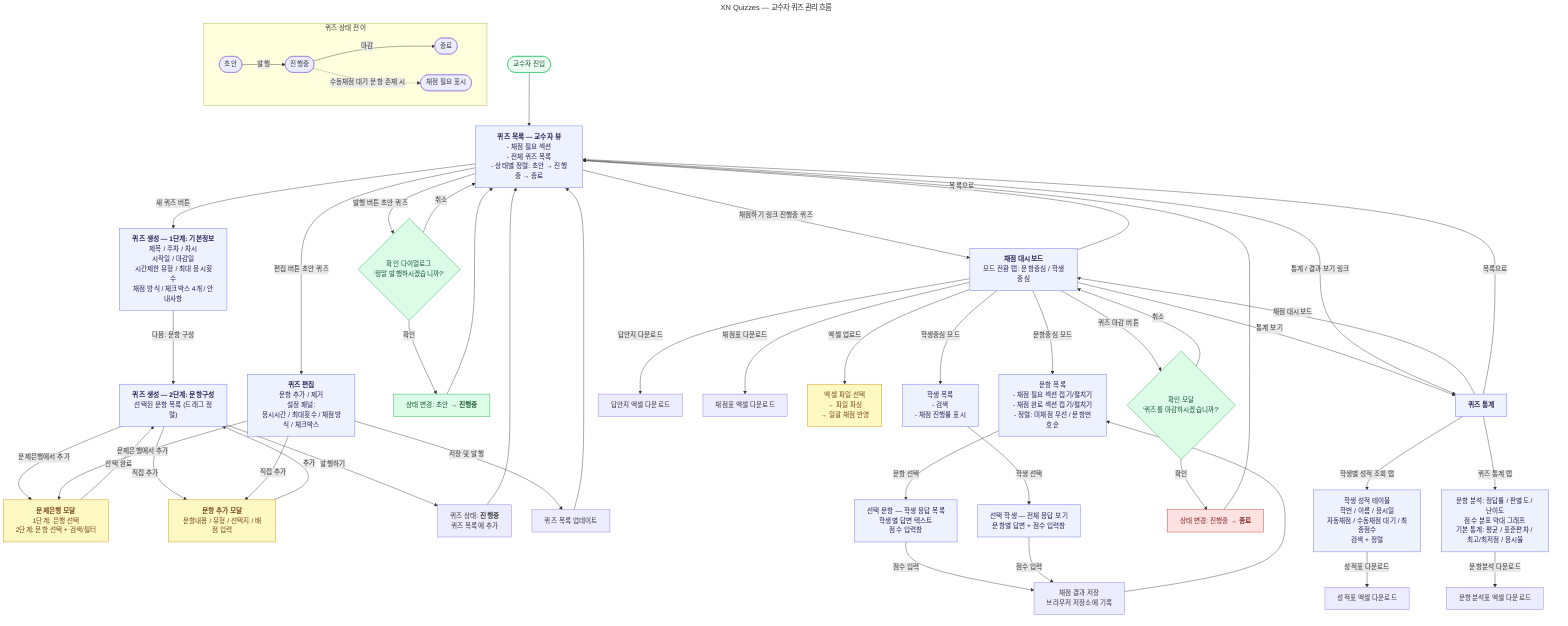
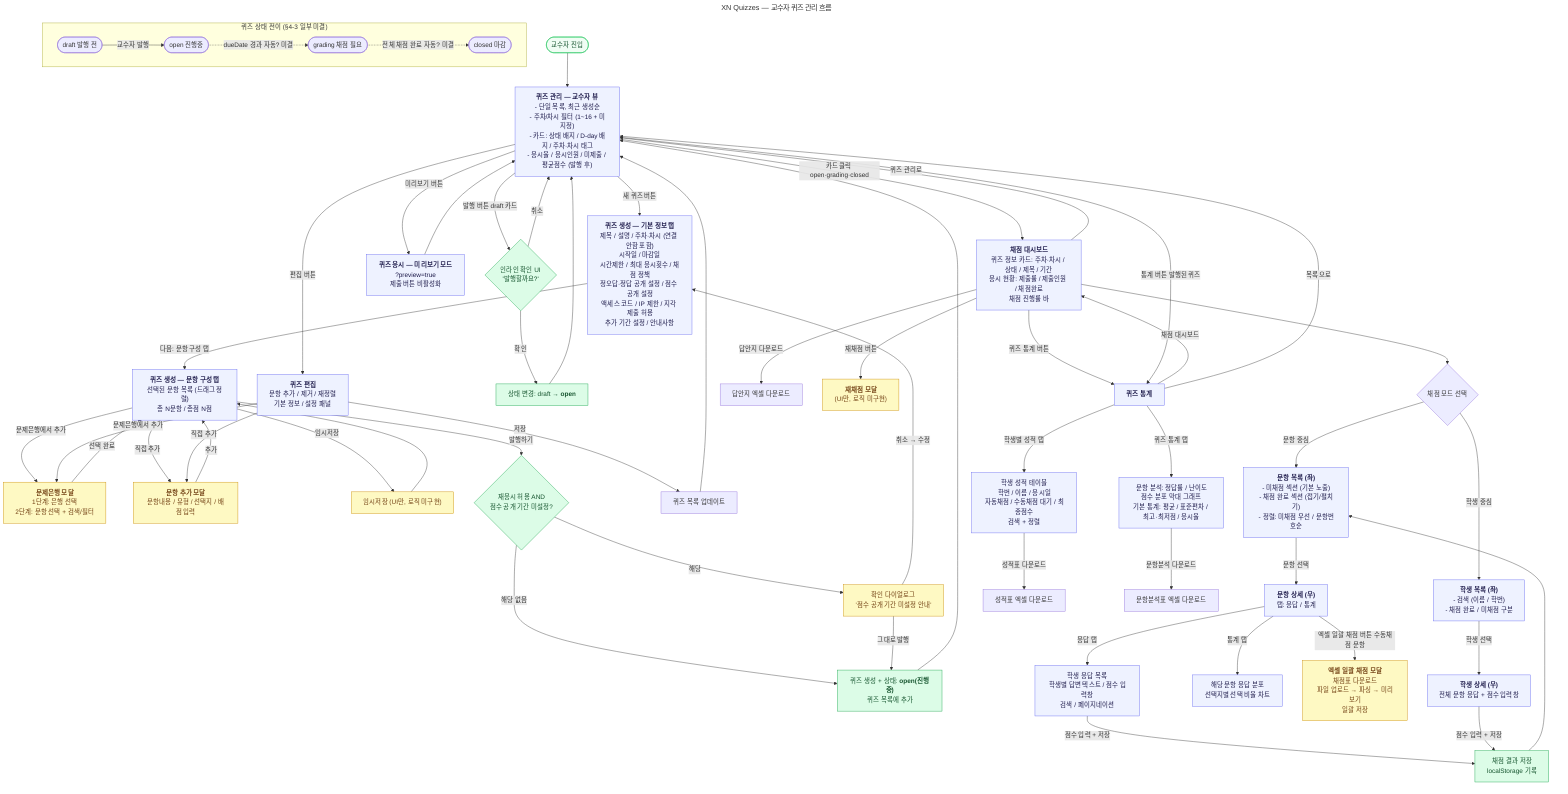
---
title: XN Quizzes — 교수자 퀴즈 관리 흐름
---
flowchart TD
-     START([교수자 진입]) --> QL["`**퀴즈 목록 — 교수자 뷰**
-     - 채점 필요 섹션
-     - 전체 퀴즈 목록
-     - 상태별 정렬: 초안 → 진행중 → 종료`"]
+     START([교수자 진입]) --> QL["`**퀴즈 관리 — 교수자 뷰**
+     - 단일 목록, 최근 생성순
+     - 주차/차시 필터 (1~16 + 미지정)
+     - 카드: 상태 배지 / D-day 배지 / 주차·차시 태그
+     - 응시율 / 응시인원 / 미제출 / 평균점수 (발행 후)`"]

    %% ── 퀴즈 생성 흐름 ──────────────────────────
-     QL -->|새 퀴즈 버튼| QC_T1["`**퀴즈 생성 — 1단계: 기본정보**
-     제목 / 주차 / 차시
+     QL -->|새 퀴즈 버튼| QC_INFO["`**퀴즈 생성 — 기본 정보 탭**
+     제목 / 설명 / 주차·차시 (연결 안함 포함)
    시작일 / 마감일
-     시간제한 유형 / 최대 응시횟수
-     채점 방식 / 체크박스 4개 / 안내사항`"]
+     시간제한 / 최대 응시횟수 / 채점 정책
+     정오답·정답 공개 설정 / 점수 공개 설정
+     액세스 코드 / IP 제한 / 지각 제출 허용
+     추가 기간 설정 / 안내사항`"]

-     QC_T1 -->|다음: 문항 구성| QC_T2["`**퀴즈 생성 — 2단계: 문항구성**
-     선택된 문항 목록 (드래그 정렬)`"]
+     QC_INFO -->|다음: 문항 구성 탭| QC_Q["`**퀴즈 생성 — 문항 구성 탭**
+     선택된 문항 목록 (드래그 정렬)
+     총 N문항 / 총점 N점`"]

-     QC_T2 -->|문제은행에서 추가| M_BANK["`**문제은행 모달**
+     QC_Q -->|문제은행에서 추가| M_BANK["`**문제은행 모달**
    1단계: 은행 선택
    2단계: 문항 선택 + 검색/필터`"]
-     QC_T2 -->|직접 추가| M_ADD["`**문항 추가 모달**
+     QC_Q -->|직접 추가| M_ADD["`**문항 추가 모달**
    문항내용 / 유형 / 선택지 / 배점 입력`"]
-     M_BANK -->|선택 완료| QC_T2
-     M_ADD  -->|추가| QC_T2
+     M_BANK -->|선택 완료| QC_Q
+     M_ADD  -->|추가| QC_Q

-     QC_T2 -->|발행하기| NEW_QUIZ_OPEN["`퀴즈 상태: **진행중**
+     QC_Q -->|임시저장| DRAFT_SAVE["`임시저장 (UI만, 로직 미구현)`"]
+     DRAFT_SAVE --> QC_Q
+ 
+     QC_Q -->|발행하기| CHECK_MULTI{재응시 허용 AND
+     점수 공개 기간 미설정?}
+     CHECK_MULTI -->|해당 없음| PUBLISH_OPEN
+     CHECK_MULTI -->|해당| CONFIRM_WARN["`확인 다이얼로그
+     '점수 공개 기간 미설정 안내'`"]
+     CONFIRM_WARN -->|그대로 발행| PUBLISH_OPEN
+     CONFIRM_WARN -->|취소 → 수정| QC_INFO
+ 
+     PUBLISH_OPEN["`퀴즈 생성 + 상태: **open(진행중)**
    퀴즈 목록에 추가`"]
-     NEW_QUIZ_OPEN --> QL
+     PUBLISH_OPEN --> QL
+ 
+     %% ── 미리보기 ────────────────────────────────
+     QL -->|미리보기 버튼| QA_PREVIEW["`**퀴즈 응시 — 미리보기 모드**
+     ?preview=true
+     제출 버튼 비활성화`"]
+     QA_PREVIEW --> QL

    %% ── 퀴즈 편집 흐름 ──────────────────────────
-     QL -->|편집 버튼 초안 퀴즈| QE["`**퀴즈 편집**
-     문항 추가 / 제거
-     설정 패널:
-     응시시간 / 최대횟수 / 채점방식 / 체크박스`"]
+     QL -->|편집 버튼| QE["`**퀴즈 편집**
+     문항 추가 / 제거 / 재정렬
+     기본 정보 / 설정 패널`"]

    QE -->|문제은행에서 추가| M_BANK
    QE -->|직접 추가| M_ADD
-     QE -->|저장 및 발행| SAVE_QUIZ["`퀴즈 목록 업데이트`"]
+     QE -->|저장| SAVE_QUIZ["`퀴즈 목록 업데이트`"]
    SAVE_QUIZ --> QL

-     %% ── 퀴즈 발행 (목록에서 직접) ──────────────
-     QL -->|발행 버튼 초안 퀴즈| CONFIRM_PUB{"`확인 다이얼로그
-     '정말 발행하시겠습니까?'`"}
-     CONFIRM_PUB -->|확인| STATUS_OPEN["`상태 변경: 초안 → **진행중**`"]
+     %% ── 퀴즈 발행 (목록 카드에서 직접) ──────────
+     QL -->|발행 버튼 draft 카드| CONFIRM_PUB{"`인라인 확인 UI
+     '발행할까요?'`"}
+     CONFIRM_PUB -->|확인| STATUS_OPEN["`상태 변경: draft → **open**`"]
    CONFIRM_PUB -->|취소| QL
    STATUS_OPEN --> QL

-     %% ── 채점 흐름 ────────────────────────────────
-     QL -->|채점하기 링크 진행중 퀴즈| GD["`**채점 대시보드**
-     모드 전환 탭: 문항중심 / 학생중심`"]
+     %% ── 채점 대시보드 진입 ───────────────────────
+     QL -->|카드 클릭 open·grading·closed| GD["`**채점 대시보드**
+     퀴즈 정보 카드: 주차·차시 / 상태 / 제목 / 기간
+     응시 현황: 제출률 / 제출인원 / 채점완료
+     채점 진행률 바`"]

-     GD -->|문항중심 모드| GD_Q["`문항 목록
-     - 채점 필요 섹션 접기/펼치기
-     - 채점 완료 섹션 접기/펼치기
+     GD --> GRADE_MODE{채점 모드 선택}
+ 
+     %% 문항 중심
+     GRADE_MODE -->|문항 중심| GD_Q["`**문항 목록 (좌)**
+     - 미채점 섹션 (기본 노출)
+     - 채점 완료 섹션 (접기/펼치기)
    - 정렬: 미채점 우선 / 문항번호순`"]
-     GD_Q -->|문항 선택| GD_Q_RESP["`선택 문항 — 학생 응답 목록
-     학생별 답변 텍스트
-     점수 입력창`"]
-     GD_Q_RESP -->|점수 입력| SAVE_GRADE["`채점 결과 저장
-     브라우저 저장소에 기록`"]
+     GD_Q -->|문항 선택| GD_Q_DETAIL["`**문항 상세 (우)**
+     탭: 응답 / 통계`"]
+     GD_Q_DETAIL -->|응답 탭| GD_Q_RESP["`학생 응답 목록
+     학생별 답변 텍스트 / 점수 입력창
+     검색 / 페이지네이션`"]
+     GD_Q_DETAIL -->|통계 탭| GD_Q_STATS["`해당 문항 응답 분포
+     선택지별 선택 비율 차트`"]
+     GD_Q_DETAIL -->|엑셀 일괄 채점 버튼 수동채점 문항| M_EXCEL["`**엑셀 일괄 채점 모달**
+     채점표 다운로드
+     파일 업로드 → 파싱 → 미리보기
+     일괄 저장`"]
+     GD_Q_RESP -->|점수 입력 + 저장| SAVE_GRADE["`채점 결과 저장
+     localStorage 기록`"]
    SAVE_GRADE --> GD_Q

-     GD -->|학생중심 모드| GD_S["`학생 목록
-     - 검색
-     - 채점 진행률 표시`"]
-     GD_S -->|학생 선택| GD_S_RESP["`선택 학생 — 전체 응답 보기
-     문항별 답변 + 점수 입력창`"]
-     GD_S_RESP -->|점수 입력| SAVE_GRADE
+     %% 학생 중심
+     GRADE_MODE -->|학생 중심| GD_S["`**학생 목록 (좌)**
+     - 검색 (이름 / 학번)
+     - 채점 완료 / 미채점 구분`"]
+     GD_S -->|학생 선택| GD_S_RESP["`**학생 상세 (우)**
+     전체 문항 응답 + 점수 입력창`"]
+     GD_S_RESP -->|점수 입력 + 저장| SAVE_GRADE

+     %% 공통 액션 바
    GD -->|답안지 다운로드| DL_ANSWER["`답안지 엑셀 다운로드`"]
-     GD -->|채점표 다운로드| DL_GRADING["`채점표 엑셀 다운로드`"]
-     GD -->|엑셀 업로드| M_EXCEL["`엑셀 파일 선택
-     → 파일 파싱
-     → 일괄 채점 반영`"]
+     GD -->|재채점 버튼| M_REGRADE["`**재채점 모달**
+     (UI만, 로직 미구현)`"]
+     GD -->|퀴즈 통계 버튼| QS["`**퀴즈 통계**`"]
+     GD -->|퀴즈 관리로| QL

-     GD -->|퀴즈 마감 버튼| CONFIRM_CLOSE{"`확인 모달
-     '퀴즈를 마감하시겠습니까?'`"}
-     CONFIRM_CLOSE -->|확인| STATUS_CLOSED["`상태 변경: 진행중 → **종료**`"]
-     CONFIRM_CLOSE -->|취소| GD
-     STATUS_CLOSED --> QL
- 
-     GD -->|목록으로| QL
-     GD -->|통계 보기| QS
+     %% 퀴즈 마감: 미구현 (§4-3 상태 전이 자동화 정책 미결)

    %% ── 통계 조회 흐름 ───────────────────────────
-     QL -->|통계 / 결과 보기 링크| QS["`**퀴즈 통계**`"]
-     QS -->|학생별 성적 조회 탭| QS_GRADES["`학생 성적 테이블
+     QL -->|통계 버튼 발행된 퀴즈| QS
+     QS -->|학생별 성적 탭| QS_GRADES["`학생 성적 테이블
    학번 / 이름 / 응시일
    자동채점 / 수동채점 대기 / 최종점수
    검색 + 정렬`"]
-     QS -->|퀴즈 통계 탭| QS_STATS["`문항 분석: 정답률 / 판별도 / 난이도
+     QS -->|퀴즈 통계 탭| QS_STATS["`문항 분석: 정답률 / 난이도
    점수 분포 막대 그래프
-     기본 통계: 평균 / 표준편차 / 최고/최저점 / 응시율`"]
+     기본 통계: 평균 / 표준편차 / 최고·최저점 / 응시율`"]

    QS_GRADES -->|성적표 다운로드| DL_GRADES["`성적표 엑셀 다운로드`"]
    QS_STATS  -->|문항분석 다운로드| DL_ITEM["`문항분석표 엑셀 다운로드`"]
    QS -->|채점 대시보드| GD
    QS -->|목록으로| QL

    %% ── 퀴즈 상태 전이 요약 ─────────────────────
-     subgraph STATUS ["퀴즈 상태 전이"]
+     subgraph STATUS ["퀴즈 상태 전이 (§4-3 일부 미결)"]
        direction LR
-         S_DRAFT([초안]) -->|발행| S_OPEN([진행중])
-         S_OPEN  -->|마감| S_CLOSED([종료])
-         S_OPEN  -.->|수동채점 대기 문항 존재 시| S_GRADING(["채점 필요 표시"])
+         S_DRAFT([draft 발행 전]) -->|교수자 발행| S_OPEN([open 진행중])
+         S_OPEN  -.->|dueDate 경과 자동? 미결| S_GRADING(["grading 채점 필요"])
+         S_GRADING -.->|전체 채점 완료 자동? 미결| S_CLOSED([closed 마감])
    end

    %% ── 스타일 ───────────────────────────────────
-     style QL         fill:#EEF2FF,stroke:#6366F1,color:#1e1b4b
-     style QC_T1      fill:#EEF2FF,stroke:#6366F1,color:#1e1b4b
-     style QC_T2      fill:#EEF2FF,stroke:#6366F1,color:#1e1b4b
-     style QE         fill:#EEF2FF,stroke:#6366F1,color:#1e1b4b
-     style GD         fill:#EEF2FF,stroke:#6366F1,color:#1e1b4b
-     style GD_Q       fill:#EEF2FF,stroke:#6366F1,color:#1e1b4b
-     style GD_Q_RESP  fill:#EEF2FF,stroke:#6366F1,color:#1e1b4b
-     style GD_S       fill:#EEF2FF,stroke:#6366F1,color:#1e1b4b
-     style GD_S_RESP  fill:#EEF2FF,stroke:#6366F1,color:#1e1b4b
-     style QS         fill:#EEF2FF,stroke:#6366F1,color:#1e1b4b
-     style QS_GRADES  fill:#EEF2FF,stroke:#6366F1,color:#1e1b4b
-     style QS_STATS   fill:#EEF2FF,stroke:#6366F1,color:#1e1b4b
+     style QL            fill:#EEF2FF,stroke:#6366F1,color:#1e1b4b
+     style QC_INFO       fill:#EEF2FF,stroke:#6366F1,color:#1e1b4b
+     style QC_Q          fill:#EEF2FF,stroke:#6366F1,color:#1e1b4b
+     style QE            fill:#EEF2FF,stroke:#6366F1,color:#1e1b4b
+     style GD            fill:#EEF2FF,stroke:#6366F1,color:#1e1b4b
+     style GD_Q          fill:#EEF2FF,stroke:#6366F1,color:#1e1b4b
+     style GD_Q_DETAIL   fill:#EEF2FF,stroke:#6366F1,color:#1e1b4b
+     style GD_Q_RESP     fill:#EEF2FF,stroke:#6366F1,color:#1e1b4b
+     style GD_Q_STATS    fill:#EEF2FF,stroke:#6366F1,color:#1e1b4b
+     style GD_S          fill:#EEF2FF,stroke:#6366F1,color:#1e1b4b
+     style GD_S_RESP     fill:#EEF2FF,stroke:#6366F1,color:#1e1b4b
+     style QS            fill:#EEF2FF,stroke:#6366F1,color:#1e1b4b
+     style QS_GRADES     fill:#EEF2FF,stroke:#6366F1,color:#1e1b4b
+     style QS_STATS      fill:#EEF2FF,stroke:#6366F1,color:#1e1b4b
+     style QA_PREVIEW    fill:#EEF2FF,stroke:#6366F1,color:#1e1b4b

-     style M_BANK     fill:#FEF9C3,stroke:#CA8A04,color:#713f12
-     style M_ADD      fill:#FEF9C3,stroke:#CA8A04,color:#713f12
-     style M_EXCEL    fill:#FEF9C3,stroke:#CA8A04,color:#713f12
+     style M_BANK        fill:#FEF9C3,stroke:#CA8A04,color:#713f12
+     style M_ADD         fill:#FEF9C3,stroke:#CA8A04,color:#713f12
+     style M_EXCEL       fill:#FEF9C3,stroke:#CA8A04,color:#713f12
+     style M_REGRADE     fill:#FEF9C3,stroke:#CA8A04,color:#713f12
+     style DRAFT_SAVE    fill:#FEF9C3,stroke:#CA8A04,color:#713f12

    style CONFIRM_PUB   fill:#DCFCE7,stroke:#16A34A,color:#14532d
-     style CONFIRM_CLOSE fill:#DCFCE7,stroke:#16A34A,color:#14532d
+     style CONFIRM_WARN  fill:#FEF9C3,stroke:#CA8A04,color:#713f12
+     style CHECK_MULTI   fill:#DCFCE7,stroke:#16A34A,color:#14532d

    style STATUS_OPEN   fill:#DCFCE7,stroke:#16A34A,color:#14532d
-     style STATUS_CLOSED fill:#FEE2E2,stroke:#DC2626,color:#7f1d1d
+     style PUBLISH_OPEN  fill:#DCFCE7,stroke:#16A34A,color:#14532d
+     style SAVE_GRADE    fill:#DCFCE7,stroke:#16A34A,color:#14532d

    style START fill:#F0FDF4,stroke:#22C55E,color:#14532d
